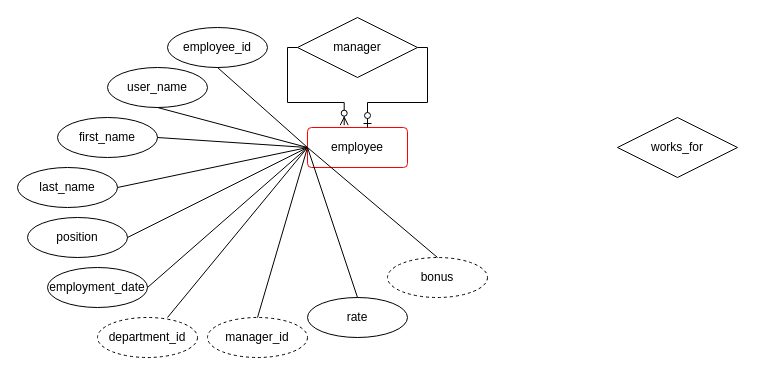
Before: ER for company .drawio in Dodulia/SQL_LAB, a draw.io diagram. Source tidied: cells renumbered, new cells numbered last; positions are measured from the earlier drawing's top-left corner, leaving out a move shared by most shapes. Both pictures are drawn from the tidied source at 100%, with x=0, y=0 at pixel (17, 17).
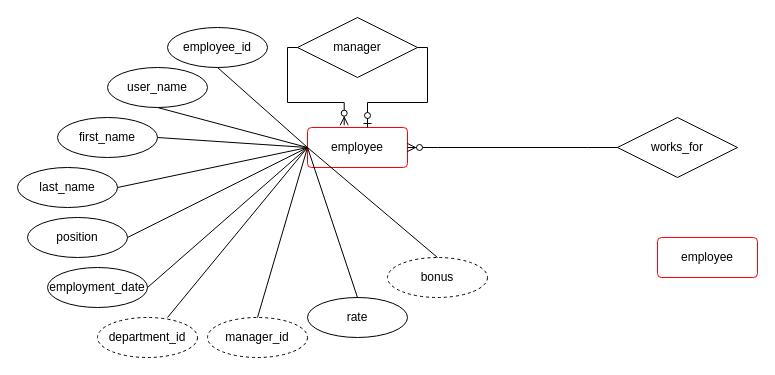
After the change.

The change refers to these unchanged cells:
```xml
<mxCell id="2" value="employee" style="rounded=1;arcSize=10;whiteSpace=wrap;html=1;align=center;strokeColor=#FF0000;" parent="1" vertex="1">
  <mxGeometry x="290" y="110" width="100" height="40" as="geometry" />
</mxCell>
<mxCell id="26" value="works_for" style="shape=rhombus;perimeter=rhombusPerimeter;whiteSpace=wrap;html=1;align=center;" parent="1" vertex="1">
  <mxGeometry x="600" y="100" width="120" height="60" as="geometry" />
</mxCell>
```

Diff of the diagram source:
```diff
@@
+    <mxCell id="27" style="edgeStyle=entityRelationEdgeStyle;fontSize=12;html=1;endArrow=ERzeroToMany;endFill=1;rounded=0;entryX=1;entryY=0.5;entryDx=0;entryDy=0;" parent="1" edge="1" source="26" target="2">
+      <mxGeometry relative="1" as="geometry" />
+    </mxCell>
+    <mxCell id="28" value="employee" style="rounded=1;arcSize=10;whiteSpace=wrap;html=1;align=center;strokeColor=#FF0000;" parent="1" vertex="1">
+      <mxGeometry x="640" y="220" width="100" height="40" as="geometry" />
+    </mxCell>
```
